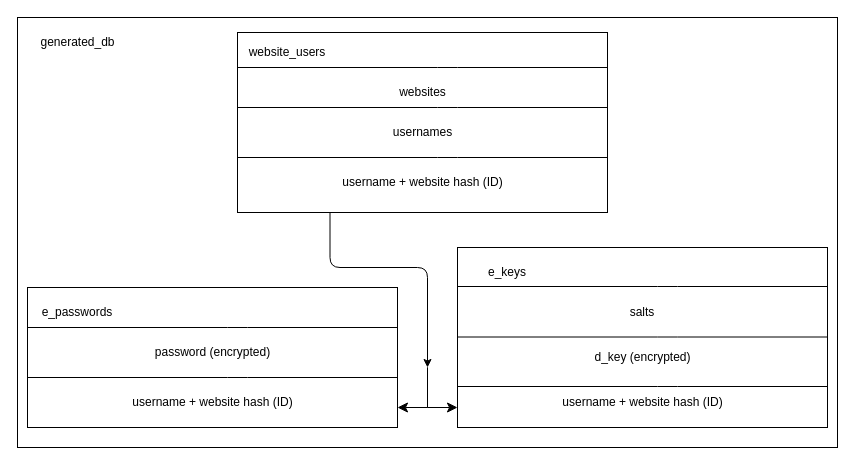
Earlier version of the draw.io diagram PasswordDatabase/target/classes/com/password_db/databases/generated_db.drawio (nicholascabrera/Password-Database). Source tidied: cells renumbered, new cells numbered last; positions are measured from the earlier drawing's top-left corner, leaving out a move shared by most shapes. Both pictures are drawn from the tidied source at 100%, with x=0, y=0 at pixel (17, 17).
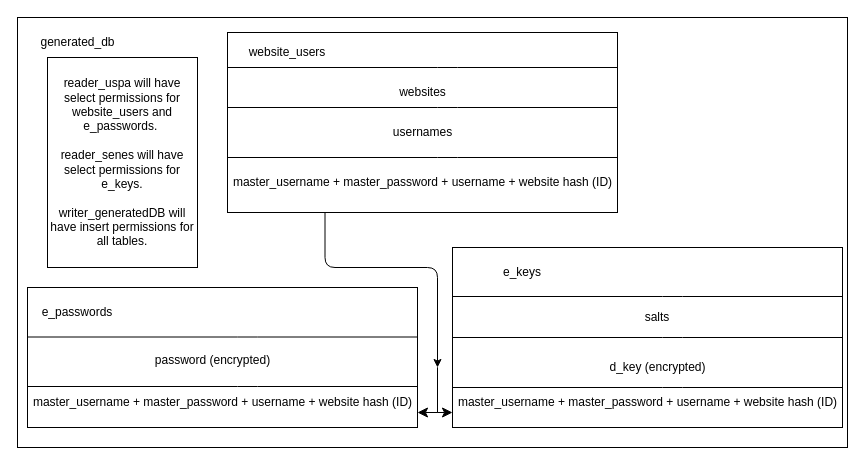
After the change.

Diff of the diagram source:
```diff
@@
     <mxCell id="2" style="rounded=0;whiteSpace=wrap;html=1;" parent="1" vertex="1">
-      <mxGeometry width="820" height="430" as="geometry" />
+      <mxGeometry width="830" height="430" as="geometry" />
     </mxCell>
     <mxCell id="3" style="edgeStyle=elbowEdgeStyle;html=1;exitX=0.25;exitY=1;exitDx=0;exitDy=0;elbow=vertical;" parent="1" edge="1" source="4">
       <mxGeometry relative="1" as="geometry">
-        <mxPoint x="410" y="350" as="targetPoint" />
+        <mxPoint x="420" y="350" as="targetPoint" />
         <Array as="points">
-          <mxPoint x="360" y="250" />
+          <mxPoint x="390" y="250" />
           <mxPoint x="350" y="250" />
         </Array>
       </mxGeometry>
     </mxCell>
     <mxCell id="4" style="rounded=0;whiteSpace=wrap;html=1;" parent="1" vertex="1">
-      <mxGeometry x="220" y="15" width="370" height="180" as="geometry" />
+      <mxGeometry x="210" y="15" width="390" height="180" as="geometry" />
     </mxCell>
     <mxCell id="5" style="endArrow=none;html=1;" parent="1" edge="1">
       <mxGeometry relative="1" as="geometry">
-        <mxPoint x="220" y="90" as="sourcePoint" />
-        <mxPoint x="590" y="90" as="targetPoint" />
+        <mxPoint x="210" y="90" as="sourcePoint" />
+        <mxPoint x="600" y="90" as="targetPoint" />
         <Array as="points">
           <mxPoint x="430" y="90" />
         </Array>
       </mxGeometry>
     </mxCell>
@@
-    <mxCell id="7" style="endArrow=none;html=1;" parent="1" edge="1">
-      <mxGeometry relative="1" as="geometry">
-        <mxPoint x="220" y="50" as="sourcePoint" />
-        <mxPoint x="590" y="50" as="targetPoint" />
-        <Array as="points">
-          <mxPoint x="430" y="50" />
-        </Array>
-      </mxGeometry>
-    </mxCell>
@@
-    <mxCell id="9" style="endArrow=none;html=1;" parent="1" edge="1">
-      <mxGeometry relative="1" as="geometry">
-        <mxPoint x="220" y="140" as="sourcePoint" />
-        <mxPoint x="590" y="140" as="targetPoint" />
-        <Array as="points">
-          <mxPoint x="430" y="140" />
-        </Array>
-      </mxGeometry>
-    </mxCell>
@@
-    <mxCell id="11" value="username + website hash (ID)" style="text;html=1;align=center;verticalAlign=middle;strokeColor=none;fillColor=none;" parent="1" vertex="1">
-      <mxGeometry x="315" y="150" width="180" height="30" as="geometry" />
+    <mxCell id="11" value="master_username + master_password + username + website hash (ID)" style="text;html=1;align=center;verticalAlign=middle;strokeColor=none;fillColor=none;" parent="1" vertex="1">
+      <mxGeometry x="205" y="150" width="400" height="30" as="geometry" />
     </mxCell>
     <mxCell id="12" style="rounded=0;whiteSpace=wrap;html=1;" parent="1" vertex="1">
-      <mxGeometry x="10" y="270" width="370" height="140" as="geometry" />
+      <mxGeometry x="10" y="270" width="390" height="140" as="geometry" />
     </mxCell>
-    <mxCell id="13" style="endArrow=none;html=1;" parent="1" edge="1">
-      <mxGeometry relative="1" as="geometry">
-        <mxPoint x="10" y="360" as="sourcePoint" />
-        <mxPoint x="380" y="360" as="targetPoint" />
-        <Array as="points">
-          <mxPoint x="220" y="360" />
-        </Array>
-      </mxGeometry>
-    </mxCell>
-    <mxCell id="14" style="endArrow=none;html=1;" parent="1" edge="1">
-      <mxGeometry relative="1" as="geometry">
-        <mxPoint x="10" y="310" as="sourcePoint" />
-        <mxPoint x="380" y="310" as="targetPoint" />
-        <Array as="points">
-          <mxPoint x="220" y="310" />
-        </Array>
-      </mxGeometry>
-    </mxCell>
@@
     <mxCell id="16" value="password (encrypted)" style="text;html=1;align=center;verticalAlign=middle;strokeColor=none;fillColor=none;" parent="1" vertex="1">
-      <mxGeometry x="125" y="320" width="140" height="30" as="geometry" />
+      <mxGeometry x="125" y="328" width="140" height="30" as="geometry" />
     </mxCell>
-    <mxCell id="17" value="username + website hash (ID)" style="text;html=1;align=center;verticalAlign=middle;strokeColor=none;fillColor=none;" parent="1" vertex="1">
-      <mxGeometry x="105" y="370" width="180" height="30" as="geometry" />
+    <mxCell id="17" value="master_username + master_password + username + website hash (ID)" style="text;html=1;align=center;verticalAlign=middle;strokeColor=none;fillColor=none;" parent="1" vertex="1">
+      <mxGeometry x="5" y="370" width="400" height="30" as="geometry" />
     </mxCell>
     <mxCell id="18" style="rounded=0;whiteSpace=wrap;html=1;" parent="1" vertex="1">
-      <mxGeometry x="440" y="230" width="370" height="180" as="geometry" />
+      <mxGeometry x="435" y="230" width="390" height="180" as="geometry" />
     </mxCell>
-    <mxCell id="19" style="endArrow=none;html=1;" parent="1" edge="1">
-      <mxGeometry relative="1" as="geometry">
-        <mxPoint x="440" y="369" as="sourcePoint" />
-        <mxPoint x="810" y="369" as="targetPoint" />
-        <Array as="points">
-          <mxPoint x="650" y="369" />
-        </Array>
-      </mxGeometry>
-    </mxCell>
-    <mxCell id="20" style="endArrow=none;html=1;" parent="1" edge="1">
-      <mxGeometry relative="1" as="geometry">
-        <mxPoint x="440" y="319.5" as="sourcePoint" />
-        <mxPoint x="810" y="319.5" as="targetPoint" />
-        <Array as="points">
-          <mxPoint x="650" y="319.5" />
-        </Array>
-      </mxGeometry>
-    </mxCell>
     <mxCell id="21" value="e_keys" style="text;html=1;strokeColor=none;fillColor=none;align=center;verticalAlign=middle;whiteSpace=wrap;rounded=0;" parent="1" vertex="1">
-      <mxGeometry x="460" y="240" width="60" height="30" as="geometry" />
+      <mxGeometry x="475" y="240" width="60" height="30" as="geometry" />
     </mxCell>
     <mxCell id="22" value="d_key (encrypted)" style="text;html=1;align=center;verticalAlign=middle;strokeColor=none;fillColor=none;" parent="1" vertex="1">
-      <mxGeometry x="565" y="325" width="120" height="30" as="geometry" />
+      <mxGeometry x="580" y="335" width="120" height="30" as="geometry" />
     </mxCell>
-    <mxCell id="23" value="username + website hash (ID)" style="text;html=1;align=center;verticalAlign=middle;strokeColor=none;fillColor=none;" parent="1" vertex="1">
-      <mxGeometry x="535" y="370" width="180" height="30" as="geometry" />
+    <mxCell id="23" value="master_username + master_password + username + website hash (ID)" style="text;html=1;align=center;verticalAlign=middle;strokeColor=none;fillColor=none;" parent="1" vertex="1">
+      <mxGeometry x="430" y="370" width="400" height="30" as="geometry" />
     </mxCell>
-    <mxCell id="24" style="edgeStyle=segmentEdgeStyle;endArrow=classic;html=1;curved=0;rounded=0;endSize=8;startSize=8;elbow=vertical;" parent="1" edge="1">
-      <mxGeometry relative="1" as="geometry">
-        <mxPoint x="410" y="350" as="sourcePoint" />
-        <mxPoint x="380" y="390" as="targetPoint" />
-        <Array as="points">
-          <mxPoint x="410" y="390" />
-          <mxPoint x="380" y="390" />
-        </Array>
-      </mxGeometry>
-    </mxCell>
-    <mxCell id="25" style="edgeStyle=segmentEdgeStyle;endArrow=classic;html=1;curved=0;rounded=0;endSize=8;startSize=8;elbow=vertical;" parent="1" edge="1">
-      <mxGeometry relative="1" as="geometry">
-        <mxPoint x="410" y="350" as="sourcePoint" />
-        <mxPoint x="440" y="390" as="targetPoint" />
-        <Array as="points">
-          <mxPoint x="410" y="390" />
-        </Array>
-      </mxGeometry>
-    </mxCell>
@@
-    <mxCell id="27" style="endArrow=none;html=1;" parent="1" edge="1">
-      <mxGeometry relative="1" as="geometry">
-        <mxPoint x="440" y="269" as="sourcePoint" />
-        <mxPoint x="810" y="269" as="targetPoint" />
-        <Array as="points">
-          <mxPoint x="650" y="269" />
-        </Array>
-      </mxGeometry>
-    </mxCell>
     <mxCell id="28" value="salts" style="text;html=1;strokeColor=none;fillColor=none;align=center;verticalAlign=middle;whiteSpace=wrap;rounded=0;" parent="1" vertex="1">
-      <mxGeometry x="595" y="280" width="60" height="30" as="geometry" />
+      <mxGeometry x="610" y="285" width="60" height="30" as="geometry" />
     </mxCell>
+    <mxCell id="29" value="reader_uspa will have select permissions for website_users and e_passwords.&amp;nbsp;&lt;br&gt;&lt;br&gt;reader_senes will have select permissions for e_keys.&lt;br&gt;&lt;br&gt;writer_generatedDB will have insert permissions for all tables." style="rounded=0;whiteSpace=wrap;html=1;" parent="1" vertex="1">
+      <mxGeometry x="30" y="40" width="150" height="210" as="geometry" />
+    </mxCell>
+    <mxCell id="30" style="endArrow=none;html=1;" parent="1" edge="1">
+      <mxGeometry relative="1" as="geometry">
+        <mxPoint x="210" y="140" as="sourcePoint" />
+        <mxPoint x="600" y="140" as="targetPoint" />
+        <Array as="points">
+          <mxPoint x="430" y="140" />
+        </Array>
+      </mxGeometry>
+    </mxCell>
+    <mxCell id="31" style="endArrow=none;html=1;" parent="1" edge="1">
+      <mxGeometry relative="1" as="geometry">
+        <mxPoint x="210" y="50" as="sourcePoint" />
+        <mxPoint x="600" y="50" as="targetPoint" />
+        <Array as="points">
+          <mxPoint x="430" y="50" />
+        </Array>
+      </mxGeometry>
+    </mxCell>
+    <mxCell id="32" style="endArrow=none;html=1;" parent="1" edge="1">
+      <mxGeometry relative="1" as="geometry">
+        <mxPoint x="435" y="279" as="sourcePoint" />
+        <mxPoint x="825" y="279" as="targetPoint" />
+        <Array as="points">
+          <mxPoint x="655" y="279" />
+        </Array>
+      </mxGeometry>
+    </mxCell>
+    <mxCell id="33" style="endArrow=none;html=1;" parent="1" edge="1">
+      <mxGeometry relative="1" as="geometry">
+        <mxPoint x="435" y="320" as="sourcePoint" />
+        <mxPoint x="825" y="320" as="targetPoint" />
+        <Array as="points">
+          <mxPoint x="655" y="320" />
+        </Array>
+      </mxGeometry>
+    </mxCell>
+    <mxCell id="34" style="endArrow=none;html=1;" parent="1" edge="1">
+      <mxGeometry relative="1" as="geometry">
+        <mxPoint x="10" y="319.5" as="sourcePoint" />
+        <mxPoint x="400" y="319.5" as="targetPoint" />
+        <Array as="points">
+          <mxPoint x="230" y="319.5" />
+        </Array>
+      </mxGeometry>
+    </mxCell>
+    <mxCell id="35" style="endArrow=none;html=1;" parent="1" edge="1">
+      <mxGeometry relative="1" as="geometry">
+        <mxPoint x="10" y="369" as="sourcePoint" />
+        <mxPoint x="400" y="369" as="targetPoint" />
+        <Array as="points">
+          <mxPoint x="230" y="369" />
+        </Array>
+      </mxGeometry>
+    </mxCell>
+    <mxCell id="36" style="endArrow=none;html=1;" parent="1" edge="1">
+      <mxGeometry relative="1" as="geometry">
+        <mxPoint x="435" y="370" as="sourcePoint" />
+        <mxPoint x="825" y="370" as="targetPoint" />
+        <Array as="points">
+          <mxPoint x="655" y="370" />
+        </Array>
+      </mxGeometry>
+    </mxCell>
+    <mxCell id="37" style="edgeStyle=elbowEdgeStyle;elbow=horizontal;endArrow=classic;html=1;curved=0;rounded=0;endSize=8;startSize=8;" parent="1" edge="1">
+      <mxGeometry relative="1" as="geometry">
+        <mxPoint x="420" y="350" as="sourcePoint" />
+        <mxPoint x="400" y="395" as="targetPoint" />
+        <Array as="points">
+          <mxPoint x="420" y="400" />
+        </Array>
+      </mxGeometry>
+    </mxCell>
+    <mxCell id="38" style="edgeStyle=elbowEdgeStyle;elbow=horizontal;endArrow=classic;html=1;curved=0;rounded=0;endSize=8;startSize=8;" parent="1" edge="1">
+      <mxGeometry relative="1" as="geometry">
+        <mxPoint x="420" y="350" as="sourcePoint" />
+        <mxPoint x="435" y="395" as="targetPoint" />
+        <Array as="points">
+          <mxPoint x="420" y="395" />
+        </Array>
+      </mxGeometry>
+    </mxCell>
```
